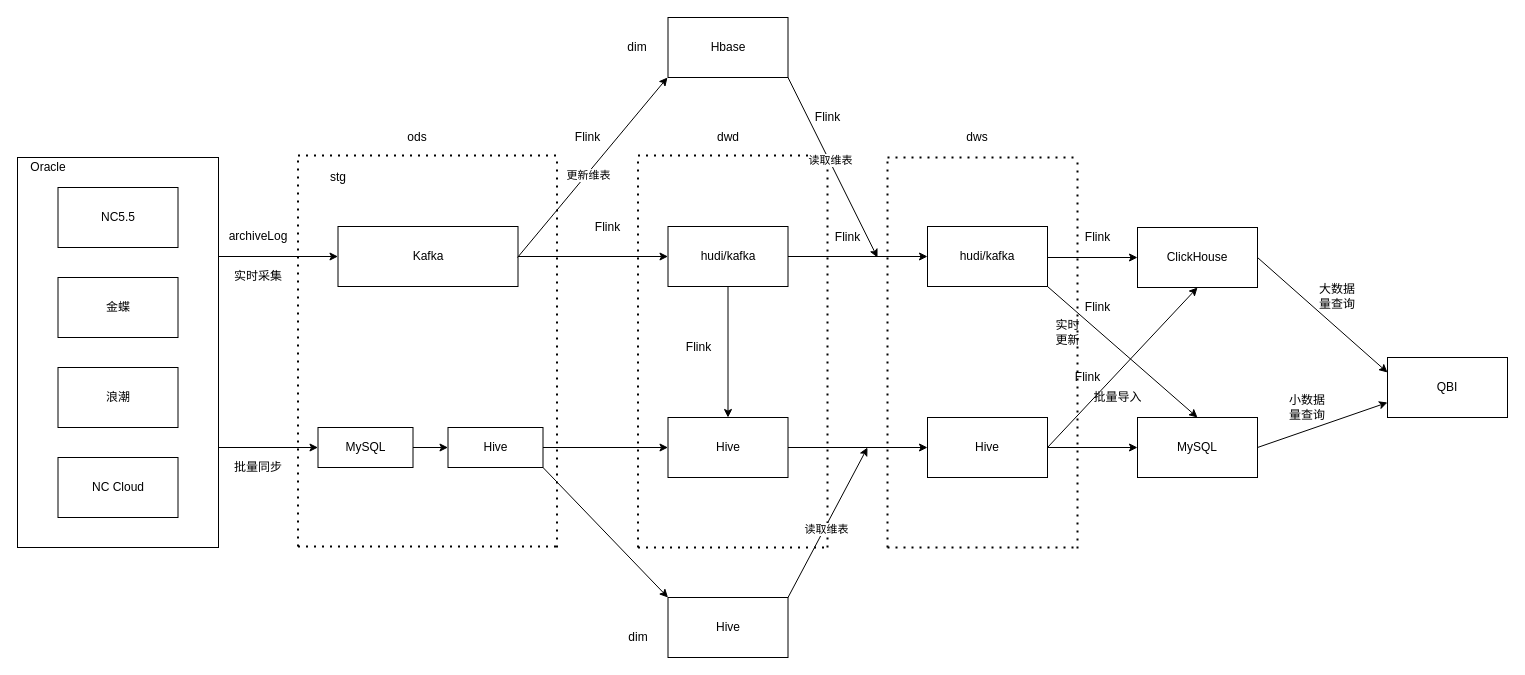
LWping/diagrams keeps this draw.io diagram as Untitled Diagram.drawio. Above is the earlier version. Source tidied: cells renumbered, new cells numbered last; positions are measured from the earlier drawing's top-left corner, leaving out a move shared by most shapes. Both pictures are drawn from the tidied source at 100%, with x=0, y=0 at pixel (17, 17).
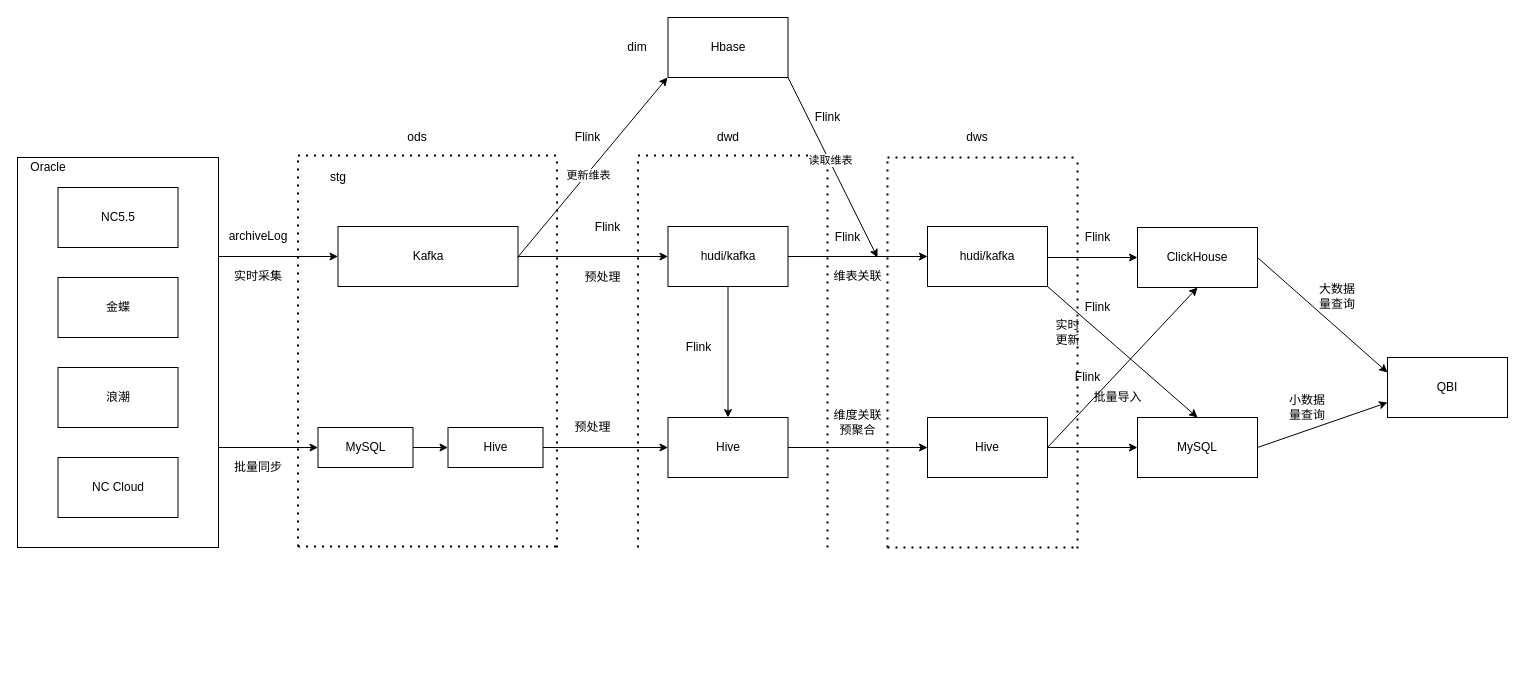
After the change.

Commit message:
添加文字描述

Unchanged cells that the change refers to:
```xml
<mxCell id="14" value="Hive" style="rounded=0;whiteSpace=wrap;html=1;textDirection=ltr;" parent="1" vertex="1">
  <mxGeometry x="430.5" y="410" width="95" height="40" as="geometry" />
</mxCell>
```

Change to the diagram source:
```diff
@@
-    <mxCell id="34" style="endArrow=none;dashed=1;html=1;dashPattern=1 3;strokeWidth=2;textDirection=ltr;" parent="1" edge="1">
-      <mxGeometry relative="1" as="geometry">
-        <mxPoint x="620.5" y="530" as="sourcePoint" />
-        <mxPoint x="810" y="530" as="targetPoint" />
-      </mxGeometry>
-    </mxCell>
@@
-    <mxCell id="38" style="endArrow=classic;html=1;exitX=1;exitY=1;exitDx=0;exitDy=0;entryX=0;entryY=0;entryDx=0;entryDy=0;" parent="1" edge="1" source="14" target="39">
-      <mxGeometry relative="1" as="geometry" />
-    </mxCell>
-    <mxCell id="39" value="Hive" style="rounded=0;whiteSpace=wrap;html=1;gradientColor=none;" parent="1" vertex="1">
-      <mxGeometry x="650.5" y="580" width="120" height="60" as="geometry" />
-    </mxCell>
-    <mxCell id="40" value="dim" style="text;html=1;strokeColor=none;fillColor=none;align=center;verticalAlign=middle;whiteSpace=wrap;rounded=0;textDirection=ltr;" parent="1" vertex="1">
-      <mxGeometry x="600.5" y="610" width="40" height="20" as="geometry" />
-    </mxCell>
@@
-    <mxCell id="70" style="endArrow=classic;html=1;textDirection=ltr;exitX=1;exitY=0;exitDx=0;exitDy=0;" parent="1" edge="1" source="39">
-      <mxGeometry relative="1" as="geometry">
-        <mxPoint x="850" y="430" as="targetPoint" />
-      </mxGeometry>
-    </mxCell>
-    <mxCell id="71" value="读取维表" style="edgeLabel;html=1;align=center;verticalAlign=middle;textDirection=ltr;" parent="70" vertex="1">
-      <mxGeometry x="-0.08" relative="1" as="geometry">
-        <mxPoint x="1" as="offset" />
-      </mxGeometry>
-    </mxCell>
@@
+    <mxCell id="75" value="预处理" style="text;html=1;align=center;verticalAlign=middle;textDirection=ltr;" parent="1" vertex="1">
+      <mxGeometry x="550" y="400" width="50" height="20" as="geometry" />
+    </mxCell>
+    <mxCell id="76" value="维度关联&lt;br&gt;预聚合" style="text;html=1;align=center;verticalAlign=middle;textDirection=ltr;" parent="1" vertex="1">
+      <mxGeometry x="810" y="390" width="60" height="30" as="geometry" />
+    </mxCell>
+    <mxCell id="77" value="预处理" style="text;html=1;align=center;verticalAlign=middle;textDirection=ltr;" parent="1" vertex="1">
+      <mxGeometry x="560" y="250" width="50" height="20" as="geometry" />
+    </mxCell>
+    <mxCell id="78" value="维表关联" style="text;html=1;align=center;verticalAlign=middle;textDirection=ltr;" parent="1" vertex="1">
+      <mxGeometry x="810" y="249" width="60" height="20" as="geometry" />
+    </mxCell>
```
